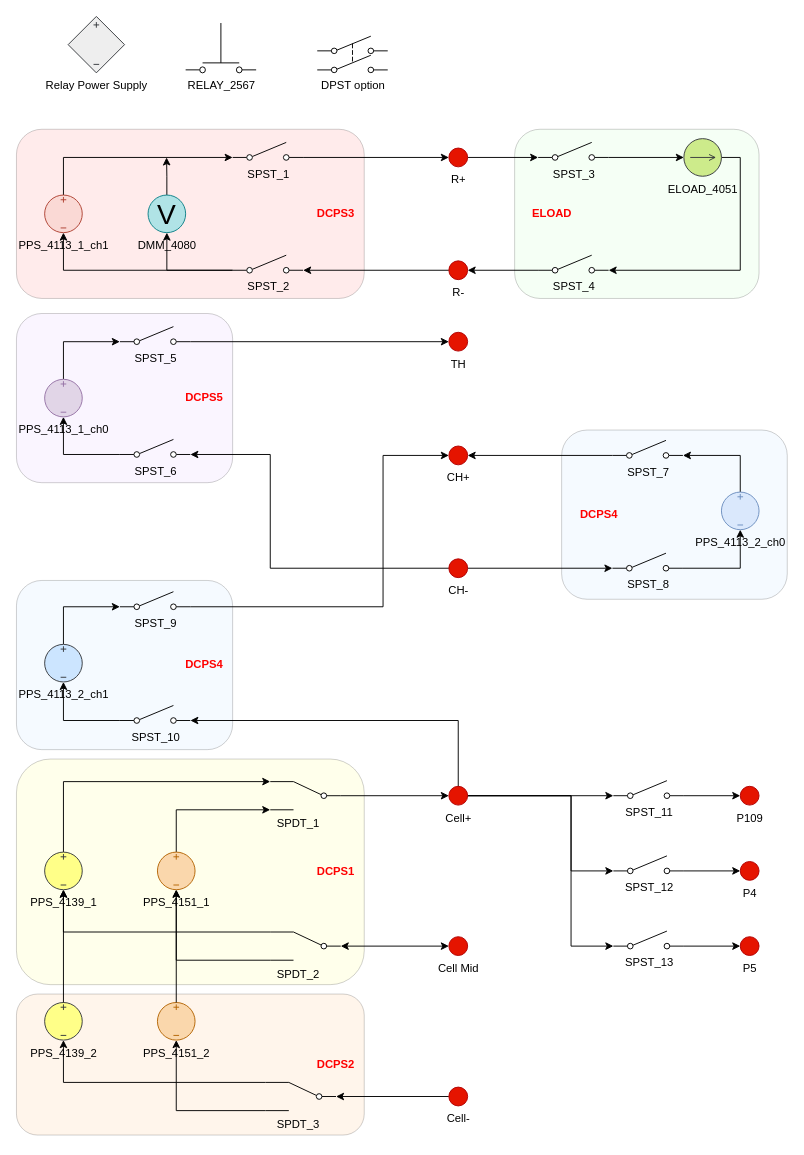
Earlier version of the draw.io diagram BMS_device_A.drawio (ktlim-xy/draw-io). Source tidied: cells renumbered, new cells numbered last; positions are measured from the earlier drawing's top-left corner, leaving out a move shared by most shapes. Both pictures are drawn from the tidied source at 94%, with x=0, y=0 at pixel (16, 16).
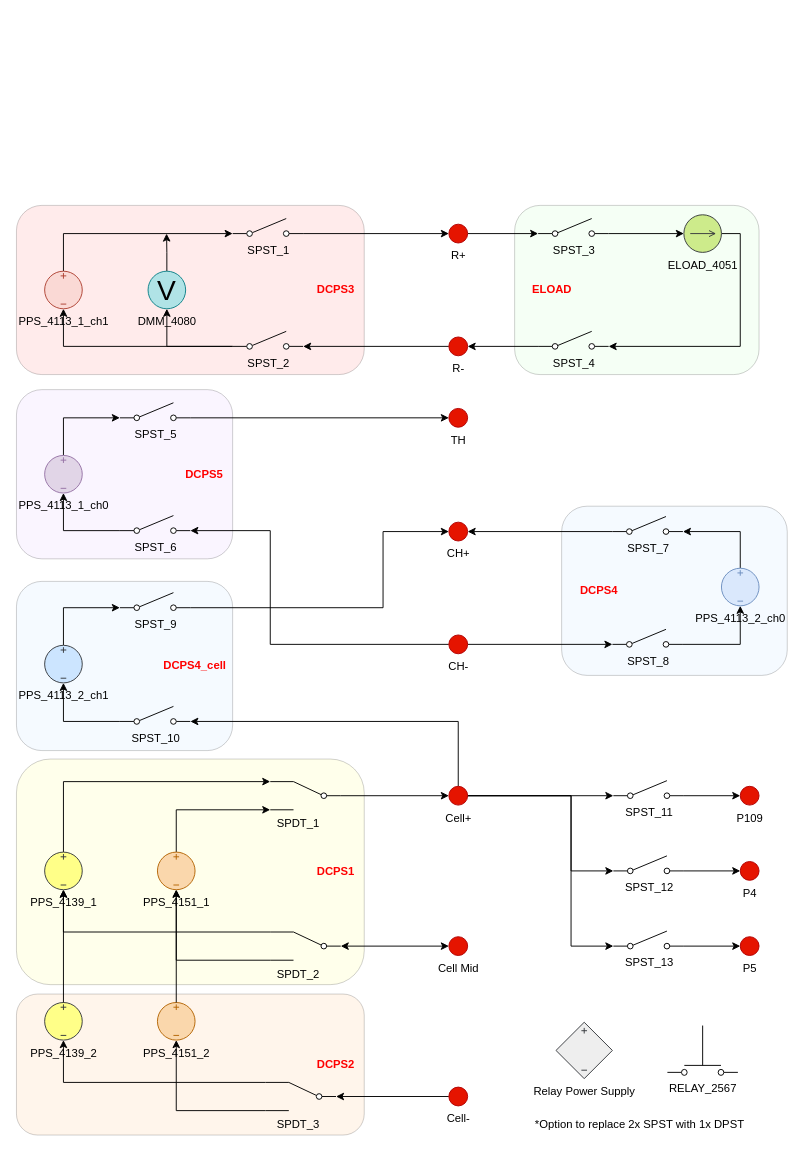
After the change.

The change refers to these unchanged cells:
```xml
<mxCell id="15" value="Cell+" style="verticalLabelPosition=bottom;shadow=0;dashed=0;align=center;html=1;verticalAlign=top;strokeWidth=1;shape=ellipse;perimeter=ellipsePerimeter;fillColor=#e51400;fontColor=light-dark(#000000,#FF0000);strokeColor=#B20000;" parent="1" vertex="1">
  <mxGeometry x="460" y="819" width="20" height="20" as="geometry" />
</mxCell>
```

What changed in the source:
```diff
@@
     <mxCell id="4" style="rounded=1;whiteSpace=wrap;html=1;fillColor=#CCE5FF;gradientColor=none;fillStyle=auto;gradientDirection=radial;opacity=20;" parent="1" vertex="1">
-      <mxGeometry x="580" y="440" width="240" height="180" as="geometry" />
+      <mxGeometry x="580" y="521" width="240" height="180" as="geometry" />
     </mxCell>
     <mxCell id="5" style="rounded=1;whiteSpace=wrap;html=1;fillColor=#CCE5FF;gradientColor=none;fillStyle=auto;gradientDirection=radial;opacity=20;" parent="1" vertex="1">
-      <mxGeometry y="600" width="230" height="180" as="geometry" />
+      <mxGeometry y="601" width="230" height="180" as="geometry" />
     </mxCell>
     <mxCell id="6" style="rounded=1;whiteSpace=wrap;html=1;fillColor=#E5CCFF;gradientColor=none;fillStyle=auto;gradientDirection=radial;opacity=20;" parent="1" vertex="1">
-      <mxGeometry y="316" width="230" height="180" as="geometry" />
+      <mxGeometry y="397" width="230" height="180" as="geometry" />
     </mxCell>
     <mxCell id="7" style="rounded=1;whiteSpace=wrap;html=1;fillColor=#CCFFCC;gradientColor=none;fillStyle=auto;gradientDirection=radial;opacity=20;" parent="1" vertex="1">
-      <mxGeometry x="530" y="120" width="260" height="180" as="geometry" />
+      <mxGeometry x="530" y="201" width="260" height="180" as="geometry" />
     </mxCell>
     <mxCell id="8" style="rounded=1;whiteSpace=wrap;html=1;fillColor=#FF9999;gradientColor=none;fillStyle=auto;gradientDirection=radial;opacity=20;" parent="1" vertex="1">
-      <mxGeometry y="120" width="370" height="180" as="geometry" />
+      <mxGeometry y="201" width="370" height="180" as="geometry" />
     </mxCell>
@@
-    <mxCell id="12" style="edgeStyle=orthogonalEdgeStyle;rounded=0;jettySize=auto;html=1;exitX=0;exitY=0.5;exitDx=0;exitDy=0;entryX=1;entryY=0.8;entryDx=0;entryDy=0;" parent="1" edge="1" source="15" target="39">
-      <mxGeometry relative="1" as="geometry">
-        <Array as="points">
-          <mxPoint x="470" y="829" />
-          <mxPoint x="470" y="749" />
-        </Array>
-      </mxGeometry>
-    </mxCell>
@@
+    <mxCell id="12" style="edgeStyle=orthogonalEdgeStyle;rounded=0;jettySize=auto;html=1;exitX=0.5;exitY=0;exitDx=0;exitDy=0;entryX=1;entryY=0.8;entryDx=0;entryDy=0;" parent="1" edge="1" source="15" target="39">
+      <mxGeometry relative="1" as="geometry" />
+    </mxCell>
@@
     <mxCell id="27" value="CH+" style="verticalLabelPosition=bottom;shadow=0;dashed=0;align=center;html=1;verticalAlign=top;strokeWidth=1;shape=ellipse;perimeter=ellipsePerimeter;fillColor=#e51400;fontColor=light-dark(#000000,#FF0000);strokeColor=#B20000;" parent="1" vertex="1">
-      <mxGeometry x="460" y="457" width="20" height="20" as="geometry" />
+      <mxGeometry x="460" y="538" width="20" height="20" as="geometry" />
     </mxCell>
@@
     <mxCell id="29" style="edgeStyle=orthogonalEdgeStyle;rounded=0;jettySize=auto;html=1;entryX=1;entryY=0.8;entryDx=0;entryDy=0;" parent="1" edge="1" source="30" target="48">
       <mxGeometry relative="1" as="geometry">
         <Array as="points">
-          <mxPoint x="270" y="587" />
-          <mxPoint x="270" y="466" />
+          <mxPoint x="270" y="668" />
+          <mxPoint x="270" y="547" />
         </Array>
       </mxGeometry>
     </mxCell>
     <mxCell id="30" value="CH-" style="verticalLabelPosition=bottom;shadow=0;dashed=0;align=center;html=1;verticalAlign=top;strokeWidth=1;shape=ellipse;perimeter=ellipsePerimeter;fillColor=#e51400;fontColor=light-dark(#000000,#FF0000);strokeColor=#B20000;" parent="1" vertex="1">
-      <mxGeometry x="460" y="577" width="20" height="20" as="geometry" />
+      <mxGeometry x="460" y="658" width="20" height="20" as="geometry" />
     </mxCell>
@@
     <mxCell id="32" value="PPS_4113_2_ch0" style="verticalLabelPosition=bottom;shadow=0;dashed=0;align=center;html=1;verticalAlign=top;shape=mxgraph.electrical.signal_sources.source;points=[[0.5,0,0],[1,0.5,0],[0.5,1,0],[0,0.5,0]];elSignalType=dc3;rotation=0;fillColor=#dae8fc;strokeColor=#6c8ebf;" parent="1" vertex="1">
-      <mxGeometry x="750" y="506" width="40" height="40" as="geometry" />
+      <mxGeometry x="750" y="587" width="40" height="40" as="geometry" />
     </mxCell>
@@
     <mxCell id="34" value="SPST_7" style="html=1;shape=mxgraph.electrical.electro-mechanical.singleSwitch;elSwitchState=off;verticalAlign=top;labelPosition=center;verticalLabelPosition=bottom;align=center;" parent="1" vertex="1">
-      <mxGeometry x="634" y="451" width="75" height="20" as="geometry" />
+      <mxGeometry x="634" y="532" width="75" height="20" as="geometry" />
     </mxCell>
@@
     <mxCell id="36" value="SPST_8" style="html=1;shape=mxgraph.electrical.electro-mechanical.singleSwitch;elSwitchState=off;verticalAlign=top;labelPosition=center;verticalLabelPosition=bottom;align=center;" parent="1" vertex="1">
-      <mxGeometry x="634" y="571" width="75" height="20" as="geometry" />
+      <mxGeometry x="634" y="652" width="75" height="20" as="geometry" />
     </mxCell>
     <mxCell id="37" style="edgeStyle=orthogonalEdgeStyle;rounded=0;jettySize=auto;html=1;exitX=1;exitY=0.8;exitDx=0;exitDy=0;entryX=0;entryY=0.5;entryDx=0;entryDy=0;" parent="1" edge="1" source="38" target="27">
       <mxGeometry relative="1" as="geometry">
         <Array as="points">
-          <mxPoint x="390" y="628" />
-          <mxPoint x="390" y="467" />
+          <mxPoint x="390" y="629" />
+          <mxPoint x="390" y="548" />
         </Array>
       </mxGeometry>
     </mxCell>
     <mxCell id="38" value="SPST_9" style="html=1;shape=mxgraph.electrical.electro-mechanical.singleSwitch;elSwitchState=off;verticalAlign=top;labelPosition=center;verticalLabelPosition=bottom;align=center;" parent="1" vertex="1">
-      <mxGeometry x="110" y="612" width="75" height="20" as="geometry" />
+      <mxGeometry x="110" y="613" width="75" height="20" as="geometry" />
     </mxCell>
     <mxCell id="39" value="SPST_10" style="html=1;shape=mxgraph.electrical.electro-mechanical.singleSwitch;elSwitchState=off;verticalAlign=top;labelPosition=center;verticalLabelPosition=bottom;align=center;" parent="1" vertex="1">
-      <mxGeometry x="110" y="733" width="75" height="20" as="geometry" />
+      <mxGeometry x="110" y="734" width="75" height="20" as="geometry" />
     </mxCell>
@@
     <mxCell id="41" value="PPS_4113_2_ch1" style="verticalLabelPosition=bottom;shadow=0;dashed=0;align=center;html=1;verticalAlign=top;shape=mxgraph.electrical.signal_sources.source;points=[[0.5,0,0],[1,0.5,0],[0.5,1,0],[0,0.5,0]];elSignalType=dc3;rotation=0;fillColor=#cce5ff;strokeColor=#36393d;labelPosition=center;" parent="1" vertex="1">
-      <mxGeometry x="30" y="668" width="40" height="40" as="geometry" />
+      <mxGeometry x="30" y="669" width="40" height="40" as="geometry" />
     </mxCell>
@@
     <mxCell id="43" value="TH" style="verticalLabelPosition=bottom;shadow=0;dashed=0;align=center;html=1;verticalAlign=top;strokeWidth=1;shape=ellipse;perimeter=ellipsePerimeter;fillColor=#e51400;fontColor=light-dark(#000000,#FF0000);strokeColor=#B20000;" parent="1" vertex="1">
-      <mxGeometry x="460" y="336" width="20" height="20" as="geometry" />
+      <mxGeometry x="460" y="417" width="20" height="20" as="geometry" />
     </mxCell>
@@
     <mxCell id="45" value="PPS_4113_1_ch0&lt;div&gt;&lt;br&gt;&lt;/div&gt;" style="verticalLabelPosition=bottom;shadow=0;dashed=0;align=center;html=1;verticalAlign=top;shape=mxgraph.electrical.signal_sources.source;points=[[0.5,0,0],[1,0.5,0],[0.5,1,0],[0,0.5,0]];elSignalType=dc3;rotation=0;fillColor=#e1d5e7;strokeColor=#9673a6;" parent="1" vertex="1">
-      <mxGeometry x="30" y="386" width="40" height="40" as="geometry" />
+      <mxGeometry x="30" y="467" width="40" height="40" as="geometry" />
     </mxCell>
@@
     <mxCell id="47" value="SPST_5" style="html=1;shape=mxgraph.electrical.electro-mechanical.singleSwitch;elSwitchState=off;verticalAlign=top;labelPosition=center;verticalLabelPosition=bottom;align=center;" parent="1" vertex="1">
-      <mxGeometry x="110" y="330" width="75" height="20" as="geometry" />
+      <mxGeometry x="110" y="411" width="75" height="20" as="geometry" />
     </mxCell>
     <mxCell id="48" value="SPST_6" style="html=1;shape=mxgraph.electrical.electro-mechanical.singleSwitch;elSwitchState=off;verticalAlign=top;labelPosition=center;verticalLabelPosition=bottom;align=center;" parent="1" vertex="1">
-      <mxGeometry x="110" y="450" width="75" height="20" as="geometry" />
+      <mxGeometry x="110" y="531" width="75" height="20" as="geometry" />
     </mxCell>
@@
     <mxCell id="51" value="R-" style="verticalLabelPosition=bottom;shadow=0;dashed=0;align=center;html=1;verticalAlign=top;strokeWidth=1;shape=ellipse;perimeter=ellipsePerimeter;fillColor=#e51400;fontColor=light-dark(#000000,#FF0000);strokeColor=#B20000;" parent="1" vertex="1">
-      <mxGeometry x="460" y="260" width="20" height="20" as="geometry" />
+      <mxGeometry x="460" y="341" width="20" height="20" as="geometry" />
     </mxCell>
@@
     <mxCell id="53" value="R+" style="verticalLabelPosition=bottom;shadow=0;dashed=0;align=center;html=1;verticalAlign=top;strokeWidth=1;shape=ellipse;perimeter=ellipsePerimeter;fillColor=#e51400;fontColor=light-dark(#000000,#FF0000);strokeColor=#B20000;" parent="1" vertex="1">
-      <mxGeometry x="460" y="140" width="20" height="20" as="geometry" />
+      <mxGeometry x="460" y="221" width="20" height="20" as="geometry" />
     </mxCell>
@@
     <mxCell id="55" value="PPS_4113_1_ch1" style="verticalLabelPosition=bottom;shadow=0;dashed=0;align=center;html=1;verticalAlign=top;shape=mxgraph.electrical.signal_sources.source;points=[[0.5,0,0],[1,0.5,0],[0.5,1,0],[0,0.5,0]];elSignalType=dc3;rotation=0;fillColor=#fad9d5;strokeColor=#ae4132;" parent="1" vertex="1">
-      <mxGeometry x="30" y="190" width="40" height="40" as="geometry" />
+      <mxGeometry x="30" y="271" width="40" height="40" as="geometry" />
     </mxCell>
@@
     <mxCell id="57" value="SPST_1" style="html=1;shape=mxgraph.electrical.electro-mechanical.singleSwitch;elSwitchState=off;verticalAlign=top;labelPosition=center;verticalLabelPosition=bottom;align=center;" parent="1" vertex="1">
-      <mxGeometry x="230" y="134" width="75" height="20" as="geometry" />
+      <mxGeometry x="230" y="215" width="75" height="20" as="geometry" />
     </mxCell>
@@
     <mxCell id="59" value="SPST_2" style="html=1;shape=mxgraph.electrical.electro-mechanical.singleSwitch;elSwitchState=off;verticalAlign=top;labelPosition=center;verticalLabelPosition=bottom;align=center;" parent="1" vertex="1">
-      <mxGeometry x="230" y="254" width="75" height="20" as="geometry" />
+      <mxGeometry x="230" y="335" width="75" height="20" as="geometry" />
     </mxCell>
     <mxCell id="60" style="edgeStyle=orthogonalEdgeStyle;rounded=0;jettySize=auto;html=1;exitX=0.5;exitY=0;exitDx=0;exitDy=0;" parent="1" edge="1" source="61">
       <mxGeometry relative="1" as="geometry">
-        <mxPoint x="159.7" y="150" as="targetPoint" />
+        <mxPoint x="159.7" y="231" as="targetPoint" />
       </mxGeometry>
     </mxCell>
     <mxCell id="61" value="DMM_4080" style="verticalLabelPosition=bottom;shadow=0;dashed=0;align=center;html=1;verticalAlign=top;strokeWidth=1;shape=ellipse;fontSize=12;fontStyle=0;labelPosition=center;fillColor=#b0e3e6;strokeColor=#0e8088;" parent="1" vertex="1">
-      <mxGeometry x="140" y="190" width="40" height="40" as="geometry" />
+      <mxGeometry x="140" y="271" width="40" height="40" as="geometry" />
     </mxCell>
     <mxCell id="62" style="edgeStyle=orthogonalEdgeStyle;rounded=0;jettySize=auto;html=1;exitX=1;exitY=0.5;exitDx=0;exitDy=0;exitPerimeter=0;entryX=1;entryY=0.8;entryDx=0;entryDy=0;" parent="1" edge="1" source="63" target="66">
       <mxGeometry relative="1" as="geometry">
         <Array as="points">
-          <mxPoint x="770" y="150" />
-          <mxPoint x="770" y="270" />
+          <mxPoint x="770" y="231" />
+          <mxPoint x="770" y="351" />
         </Array>
       </mxGeometry>
     </mxCell>
     <mxCell id="63" value="ELOAD_4051" style="verticalLabelPosition=bottom;shadow=0;dashed=0;align=center;html=1;verticalAlign=top;shape=mxgraph.electrical.signal_sources.source;points=[[0.5,0,0],[1,0.5,0],[0.5,1,0],[0,0.5,0]];elSignalType=dc1;rotation=0;labelPosition=center;fillColor=#cdeb8b;strokeColor=#36393d;" parent="1" vertex="1">
-      <mxGeometry x="710" y="130" width="40" height="40" as="geometry" />
+      <mxGeometry x="710" y="211" width="40" height="40" as="geometry" />
     </mxCell>
     <mxCell id="64" value="SPST_3" style="html=1;shape=mxgraph.electrical.electro-mechanical.singleSwitch;elSwitchState=off;verticalAlign=top;labelPosition=center;verticalLabelPosition=bottom;align=center;" parent="1" vertex="1">
-      <mxGeometry x="555" y="134" width="75" height="20" as="geometry" />
+      <mxGeometry x="555" y="215" width="75" height="20" as="geometry" />
     </mxCell>
@@
     <mxCell id="66" value="SPST_4" style="html=1;shape=mxgraph.electrical.electro-mechanical.singleSwitch;elSwitchState=off;verticalAlign=top;labelPosition=center;verticalLabelPosition=bottom;align=center;" parent="1" vertex="1">
-      <mxGeometry x="555" y="254" width="75" height="20" as="geometry" />
+      <mxGeometry x="555" y="335" width="75" height="20" as="geometry" />
     </mxCell>
@@
     <mxCell id="82" value="V" style="text;html=1;whiteSpace=wrap;strokeColor=none;fillColor=none;align=center;verticalAlign=middle;rounded=0;fontSize=30;fontStyle=0;" parent="1" vertex="1">
-      <mxGeometry x="130" y="195" width="60" height="30" as="geometry" />
+      <mxGeometry x="130" y="276" width="60" height="30" as="geometry" />
     </mxCell>
@@
     <mxCell id="87" value="Relay Power Supply" style="verticalLabelPosition=bottom;shadow=0;dashed=0;align=center;html=1;verticalAlign=top;shape=mxgraph.electrical.signal_sources.source;elSourceType=dependent;elSignalType=dc3;fillColor=#eeeeee;strokeColor=#36393d;" parent="1" vertex="1">
-      <mxGeometry x="55" width="60" height="60" as="geometry" />
+      <mxGeometry x="574" y="1070" width="60" height="60" as="geometry" />
     </mxCell>
-    <mxCell id="88" value="DPST option" style="verticalLabelPosition=bottom;shadow=0;dashed=0;align=center;html=1;verticalAlign=top;shape=mxgraph.electrical.electro-mechanical.dpst2;elSwitchState=off;" parent="1" vertex="1">
-      <mxGeometry x="320" y="21" width="75" height="39" as="geometry" />
-    </mxCell>
     <mxCell id="89" value="RELAY_2567" style="verticalLabelPosition=bottom;shadow=0;dashed=0;align=center;html=1;verticalAlign=top;shape=mxgraph.electrical.electro-mechanical.pushbuttonMakeSwitch2;elSwitchState=1;" parent="1" vertex="1">
-      <mxGeometry x="180" y="7" width="75" height="53" as="geometry" />
+      <mxGeometry x="692.5" y="1073.5" width="75" height="53" as="geometry" />
     </mxCell>
@@
     <mxCell id="94" value="&lt;b&gt;&lt;font style=&quot;color: rgb(255, 0, 0);&quot;&gt;DCPS3&lt;/font&gt;&lt;/b&gt;" style="text;html=1;whiteSpace=wrap;strokeColor=none;fillColor=none;align=center;verticalAlign=middle;rounded=0;" parent="1" vertex="1">
-      <mxGeometry x="310" y="195" width="60" height="30" as="geometry" />
+      <mxGeometry x="310" y="276" width="60" height="30" as="geometry" />
     </mxCell>
-    <mxCell id="95" value="&lt;b&gt;&lt;font style=&quot;color: rgb(255, 0, 0);&quot;&gt;DCPS4&lt;/font&gt;&lt;/b&gt;" style="text;html=1;whiteSpace=wrap;strokeColor=none;fillColor=none;align=center;verticalAlign=middle;rounded=0;" parent="1" vertex="1">
-      <mxGeometry x="170" y="675" width="60" height="30" as="geometry" />
+    <mxCell id="95" value="&lt;b&gt;&lt;font style=&quot;color: rgb(255, 0, 0);&quot;&gt;DCPS4_cell&lt;/font&gt;&lt;/b&gt;" style="text;html=1;whiteSpace=wrap;strokeColor=none;fillColor=none;align=center;verticalAlign=middle;rounded=0;" parent="1" vertex="1">
+      <mxGeometry x="160" y="676" width="60" height="30" as="geometry" />
     </mxCell>
     <mxCell id="96" value="&lt;b&gt;&lt;font style=&quot;color: rgb(255, 0, 0);&quot;&gt;DCPS4&lt;/font&gt;&lt;/b&gt;" style="text;html=1;whiteSpace=wrap;strokeColor=none;fillColor=none;align=center;verticalAlign=middle;rounded=0;" parent="1" vertex="1">
-      <mxGeometry x="590" y="515" width="60" height="30" as="geometry" />
+      <mxGeometry x="590" y="596" width="60" height="30" as="geometry" />
     </mxCell>
     <mxCell id="97" value="&lt;b&gt;&lt;font style=&quot;color: rgb(255, 0, 0);&quot;&gt;DCPS5&lt;/font&gt;&lt;/b&gt;" style="text;html=1;whiteSpace=wrap;strokeColor=none;fillColor=none;align=center;verticalAlign=middle;rounded=0;" parent="1" vertex="1">
-      <mxGeometry x="170" y="391" width="60" height="30" as="geometry" />
+      <mxGeometry x="170" y="472" width="60" height="30" as="geometry" />
     </mxCell>
     <mxCell id="98" value="&lt;b&gt;&lt;font style=&quot;color: rgb(255, 0, 0);&quot;&gt;ELOAD&lt;/font&gt;&lt;/b&gt;" style="text;html=1;whiteSpace=wrap;strokeColor=none;fillColor=none;align=center;verticalAlign=middle;rounded=0;" parent="1" vertex="1">
-      <mxGeometry x="540" y="195" width="60" height="30" as="geometry" />
+      <mxGeometry x="540" y="276" width="60" height="30" as="geometry" />
     </mxCell>
+    <mxCell id="99" value="*Option to replace 2x SPST with 1x DPST" style="text;html=1;whiteSpace=wrap;strokeColor=none;fillColor=none;align=left;verticalAlign=middle;rounded=0;" parent="1" vertex="1">
+      <mxGeometry x="550" y="1164" width="230" height="30" as="geometry" />
+    </mxCell>
```
